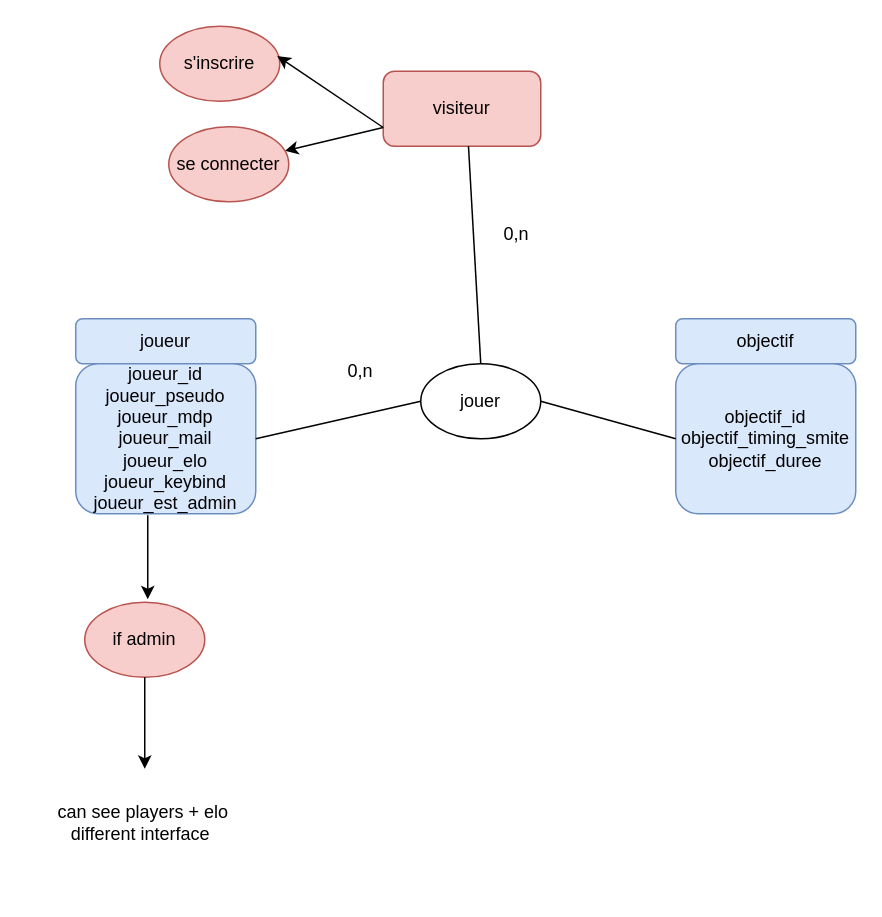
Above: Untitled Diagram.drawio in 402rayan/Pop_smite (draw.io), before the change. Source tidied: cells renumbered, new cells numbered last; positions are measured from the earlier drawing's top-left corner, leaving out a move shared by most shapes. Both pictures are drawn from the tidied source at 150%, with x=0, y=0 at pixel (26, 26).
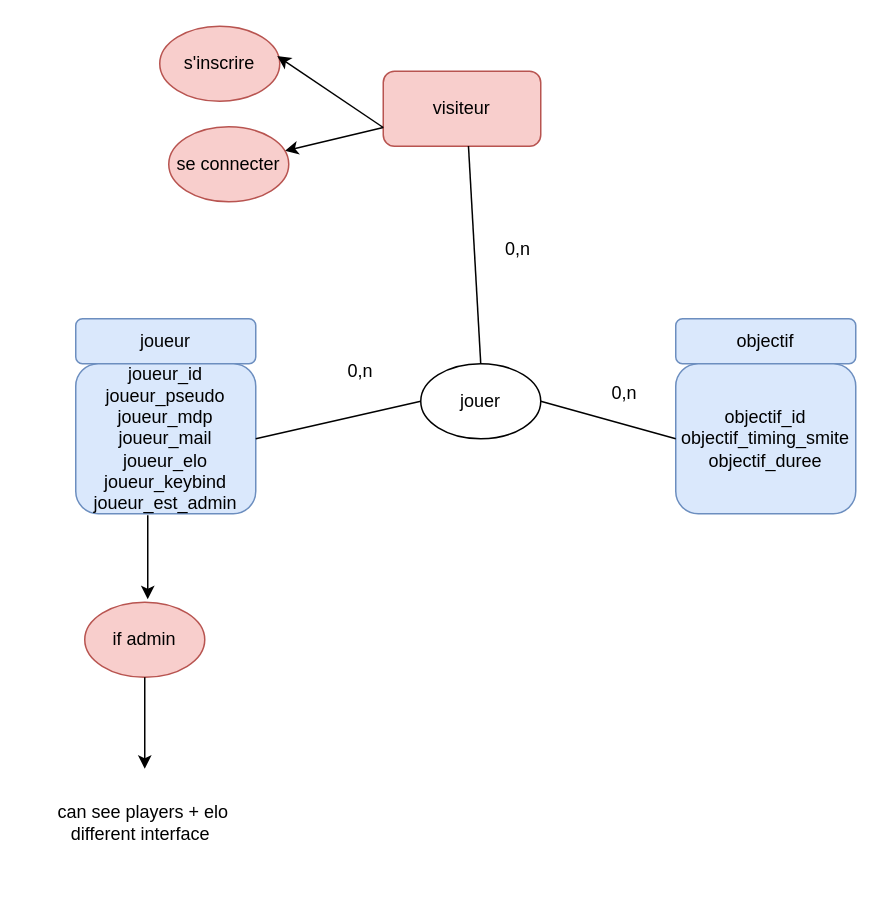
After the change.

Change to the diagram source:
```diff
@@
     <mxCell id="10" value="0,n" style="text;html=1;strokeColor=none;fillColor=none;align=center;verticalAlign=middle;whiteSpace=wrap;rounded=0;" parent="1" vertex="1">
-      <mxGeometry x="297" y="124" width="60" height="30" as="geometry" />
+      <mxGeometry x="298" y="134" width="60" height="30" as="geometry" />
     </mxCell>
@@
+    <mxCell id="21" value="0,n" style="text;html=1;strokeColor=none;fillColor=none;align=center;verticalAlign=middle;whiteSpace=wrap;rounded=0;" parent="1" vertex="1">
+      <mxGeometry x="369" y="230" width="60" height="30" as="geometry" />
+    </mxCell>
```
